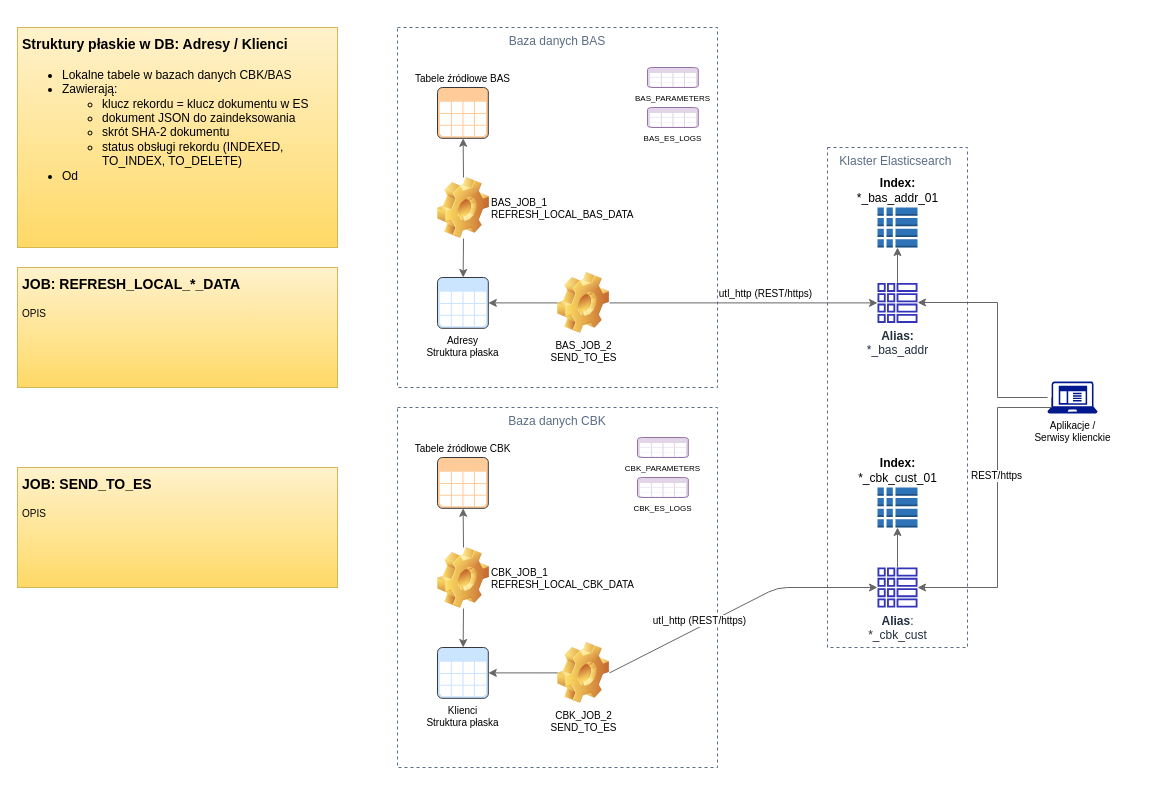
Earlier version of the draw.io diagram ES_w_BAS_i_CBK.drawio (akaliski/drawio). Source tidied: cells renumbered, new cells numbered last; positions are measured from the earlier drawing's top-left corner, leaving out a move shared by most shapes. Both pictures are drawn from the tidied source at 100%, with x=0, y=0 at pixel (17, 27).
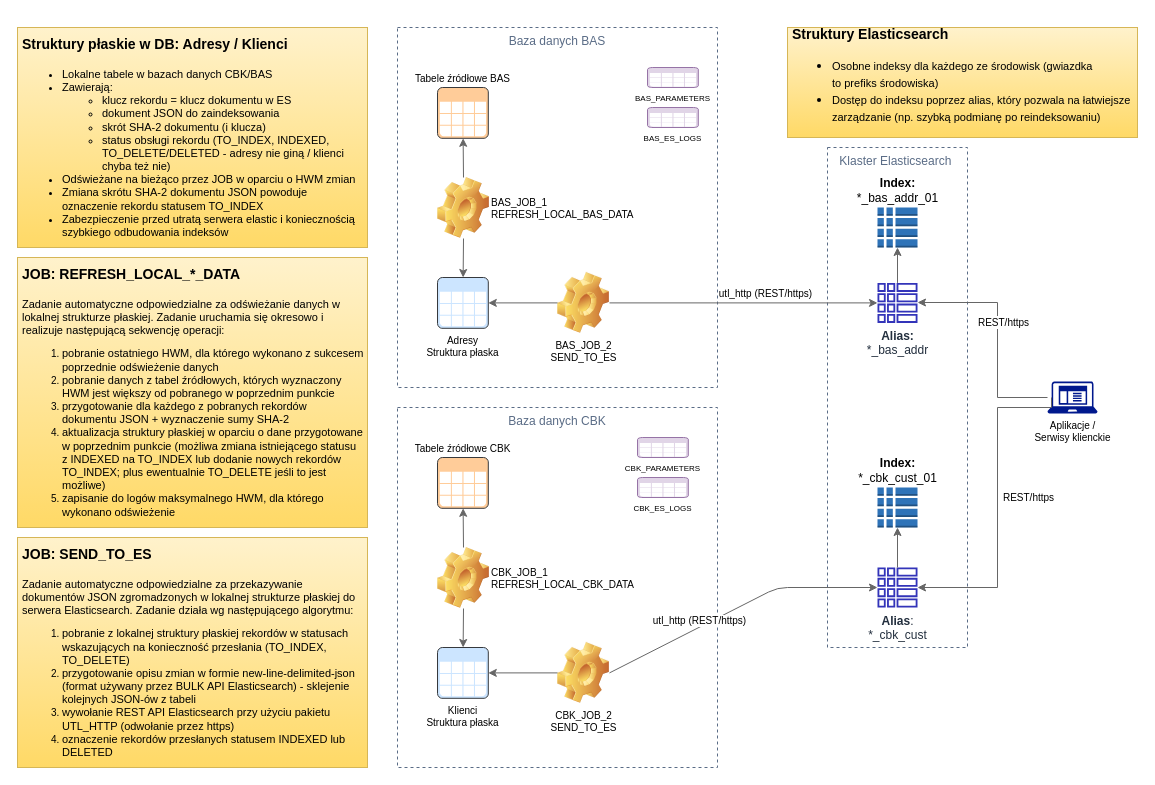
After the change.

The change refers to these unchanged cells:
```xml
<mxCell id="34" style="edgeStyle=orthogonalEdgeStyle;rounded=0;jettySize=auto;html=1;strokeColor=#666666;fontSize=10;fontColor=#000000;" parent="2" edge="1" source="35" target="24">
  <mxGeometry relative="1" as="geometry">
    <Array as="points">
      <mxPoint x="600" y="370" />
      <mxPoint x="600" y="275" />
    </Array>
  </mxGeometry>
</mxCell>
<mxCell id="36" style="edgeStyle=orthogonalEdgeStyle;rounded=0;jettySize=auto;html=1;strokeColor=#666666;fontSize=10;fontColor=#000000;exitX=0.08;exitY=0.5;exitDx=0;exitDy=0;exitPerimeter=0;" parent="2" edge="1" source="35" target="27">
  <mxGeometry relative="1" as="geometry">
    <Array as="points">
      <mxPoint x="654" y="380" />
      <mxPoint x="600" y="380" />
      <mxPoint x="600" y="560" />
    </Array>
  </mxGeometry>
</mxCell>
```

What changed in the source:
```diff
@@
-    <mxCell id="2" style="group;" parent="1" vertex="1">
-      <mxGeometry x="380" width="700" height="740" as="geometry" />
+    <mxCell id="2" style="group;spacingTop=0;" parent="1" vertex="1">
+      <mxGeometry x="380" width="740" height="740" as="geometry" />
     </mxCell>
@@
+    <mxCell id="41" value="&lt;span style=&quot;font-size: 10px&quot;&gt;REST/https&lt;/span&gt;" style="edgeLabel;html=1;align=center;verticalAlign=middle;" parent="34" vertex="1">
+      <mxGeometry x="-0.56" y="-26" relative="1" as="geometry">
+        <mxPoint x="4" y="-50" as="offset" />
+      </mxGeometry>
+    </mxCell>
@@
     <mxCell id="37" value="REST/https" style="edgeLabel;html=1;align=center;verticalAlign=middle;fontSize=10;fontColor=#000000;" parent="36" vertex="1">
-      <mxGeometry x="-0.19" y="-2" relative="1" as="geometry" />
+      <mxGeometry x="-0.19" y="-2" relative="1" as="geometry">
+        <mxPoint x="32" y="22" as="offset" />
+      </mxGeometry>
     </mxCell>
+    <mxCell id="42" value="&lt;h1 style=&quot;font-size: 14px&quot;&gt;&lt;font style=&quot;font-size: 14px&quot;&gt;Struktury Elasticsearch&lt;/font&gt;&lt;/h1&gt;&lt;h1 style=&quot;font-size: 14px&quot;&gt;&lt;ul&gt;&lt;li&gt;&lt;span style=&quot;font-weight: normal&quot;&gt;&lt;font style=&quot;font-size: 11px&quot;&gt;Osobne indeksy dla każdego ze środowisk (gwiazdka to&amp;nbsp;prefiks środowiska)&lt;/font&gt;&lt;/span&gt;&lt;/li&gt;&lt;li&gt;&lt;span style=&quot;font-weight: normal&quot;&gt;&lt;font style=&quot;font-size: 11px&quot;&gt;Dostęp do indeksu poprzez alias, który pozwala na łatwiejsze zarządzanie (np. szybką podmianę po reindeksowaniu)&lt;/font&gt;&lt;/span&gt;&lt;/li&gt;&lt;/ul&gt;&lt;/h1&gt;" style="text;html=1;strokeColor=#d6b656;fillColor=#fff2cc;spacing=5;spacingTop=-20;whiteSpace=wrap;overflow=hidden;rounded=0;fontSize=10;gradientColor=#ffd966;" parent="2" vertex="1">
+      <mxGeometry x="390" width="350" height="110" as="geometry" />
+    </mxCell>
-    <mxCell id="38" value="&lt;h1&gt;&lt;font style=&quot;font-size: 14px&quot;&gt;JOB: REFRESH_LOCAL_*_DATA&lt;/font&gt;&lt;/h1&gt;&lt;div&gt;OPIS&lt;/div&gt;&lt;p&gt;&lt;br&gt;&lt;/p&gt;" style="text;html=1;strokeColor=#d6b656;fillColor=#fff2cc;spacing=5;spacingTop=-20;whiteSpace=wrap;overflow=hidden;rounded=0;fontSize=10;gradientColor=#ffd966;" parent="1" vertex="1">
-      <mxGeometry y="240" width="320" height="120" as="geometry" />
+    <mxCell id="38" value="&lt;h1&gt;&lt;font style=&quot;font-size: 14px&quot;&gt;JOB: REFRESH_LOCAL_*_DATA&lt;/font&gt;&lt;/h1&gt;&lt;div style=&quot;font-size: 11px&quot;&gt;&lt;font style=&quot;font-size: 11px&quot;&gt;Zadanie automatyczne odpowiedzialne za odświeżanie danych w lokalnej strukturze płaskiej. Zadanie uruchamia się okresowo i realizuje następującą sekwencję operacji:&lt;/font&gt;&lt;/div&gt;&lt;div&gt;&lt;ol&gt;&lt;li&gt;&lt;span style=&quot;font-size: 11px&quot;&gt;pobranie ostatniego HWM, dla którego wykonano z sukcesem poprzednie odświeżenie danych&lt;/span&gt;&lt;/li&gt;&lt;li&gt;&lt;span style=&quot;font-size: 11px&quot;&gt;pobranie danych z tabel źródłowych, których wyznaczony HWM jest większy od pobranego w poprzednim punkcie&lt;/span&gt;&lt;/li&gt;&lt;li&gt;&lt;span style=&quot;font-size: 11px&quot;&gt;przygotowanie dla każdego z pobranych rekordów dokumentu JSON + wyznaczenie sumy SHA-2&lt;/span&gt;&lt;/li&gt;&lt;li&gt;&lt;span style=&quot;font-size: 11px&quot;&gt;aktualizacja struktury płaskiej w oparciu o dane przygotowane w poprzednim punkcie (możliwa zmiana istniejącego statusu z INDEXED na TO_INDEX lub dodanie nowych rekordów TO_INDEX; plus ewentualnie TO_DELETE jeśli to jest możliwe)&lt;/span&gt;&lt;/li&gt;&lt;li&gt;&lt;span style=&quot;font-size: 11px&quot;&gt;zapisanie do logów maksymalnego HWM, dla którego wykonano odświeżenie&lt;/span&gt;&lt;/li&gt;&lt;/ol&gt;&lt;/div&gt;&lt;p style=&quot;font-size: 11px&quot;&gt;&lt;br&gt;&lt;/p&gt;" style="text;html=1;strokeColor=#d6b656;fillColor=#fff2cc;spacing=5;spacingTop=-20;whiteSpace=wrap;overflow=hidden;rounded=0;fontSize=10;gradientColor=#ffd966;" parent="1" vertex="1">
+      <mxGeometry y="230" width="350" height="270" as="geometry" />
     </mxCell>
-    <mxCell id="39" value="&lt;h1&gt;&lt;font style=&quot;font-size: 14px&quot;&gt;Struktury płaskie w DB: Adresy / Klienci&lt;/font&gt;&lt;/h1&gt;&lt;h1 style=&quot;font-size: 12px&quot;&gt;&lt;ul&gt;&lt;li&gt;&lt;font style=&quot;font-size: 12px&quot;&gt;&lt;span style=&quot;font-weight: normal&quot;&gt;Lokalne tabele w bazach danych CBK/BAS&lt;/span&gt;&lt;br&gt;&lt;/font&gt;&lt;/li&gt;&lt;li&gt;&lt;span style=&quot;font-weight: normal&quot;&gt;&lt;font style=&quot;font-size: 12px&quot;&gt;Zawierają:&lt;/font&gt;&lt;/span&gt;&lt;/li&gt;&lt;ul&gt;&lt;li&gt;&lt;span style=&quot;font-weight: normal&quot;&gt;&lt;font style=&quot;font-size: 12px&quot;&gt;klucz rekordu = klucz dokumentu w ES&lt;/font&gt;&lt;/span&gt;&lt;/li&gt;&lt;li&gt;&lt;span style=&quot;font-weight: normal&quot;&gt;&lt;font style=&quot;font-size: 12px&quot;&gt;dokument JSON do zaindeksowania&lt;/font&gt;&lt;/span&gt;&lt;/li&gt;&lt;li&gt;&lt;span style=&quot;font-weight: normal&quot;&gt;&lt;font style=&quot;font-size: 12px&quot;&gt;skrót SHA-2 dokumentu&lt;/font&gt;&lt;/span&gt;&lt;/li&gt;&lt;li&gt;&lt;span style=&quot;font-weight: normal&quot;&gt;&lt;font style=&quot;font-size: 12px&quot;&gt;status obsługi rekordu (INDEXED, TO_INDEX, TO_DELETE)&lt;/font&gt;&lt;/span&gt;&lt;/li&gt;&lt;/ul&gt;&lt;li&gt;&lt;span style=&quot;font-weight: normal&quot;&gt;&lt;font style=&quot;font-size: 12px&quot;&gt;Od&lt;/font&gt;&lt;/span&gt;&lt;/li&gt;&lt;/ul&gt;&lt;/h1&gt;&lt;p style=&quot;font-size: 12px&quot;&gt;&lt;br&gt;&lt;/p&gt;" style="text;html=1;strokeColor=#d6b656;fillColor=#fff2cc;spacing=5;spacingTop=-20;whiteSpace=wrap;overflow=hidden;rounded=0;fontSize=10;gradientColor=#ffd966;" parent="1" vertex="1">
-      <mxGeometry width="320" height="220" as="geometry" />
+    <mxCell id="39" value="&lt;h1&gt;&lt;font style=&quot;font-size: 14px&quot;&gt;Struktury płaskie w DB: Adresy / Klienci&lt;/font&gt;&lt;/h1&gt;&lt;h1 style=&quot;font-size: 11px&quot;&gt;&lt;ul&gt;&lt;li&gt;&lt;font style=&quot;font-size: 11px&quot;&gt;&lt;span style=&quot;font-weight: normal&quot;&gt;Lokalne tabele w bazach danych CBK/BAS&lt;/span&gt;&lt;br&gt;&lt;/font&gt;&lt;/li&gt;&lt;li&gt;&lt;span style=&quot;font-weight: normal&quot;&gt;&lt;font style=&quot;font-size: 11px&quot;&gt;Zawierają:&lt;/font&gt;&lt;/span&gt;&lt;/li&gt;&lt;ul&gt;&lt;li&gt;&lt;span style=&quot;font-weight: normal&quot;&gt;&lt;font style=&quot;font-size: 11px&quot;&gt;klucz rekordu = klucz dokumentu w ES&lt;/font&gt;&lt;/span&gt;&lt;/li&gt;&lt;li&gt;&lt;span style=&quot;font-weight: normal&quot;&gt;&lt;font style=&quot;font-size: 11px&quot;&gt;dokument JSON do zaindeksowania&lt;/font&gt;&lt;/span&gt;&lt;/li&gt;&lt;li&gt;&lt;span style=&quot;font-weight: normal&quot;&gt;&lt;font style=&quot;font-size: 11px&quot;&gt;skrót SHA-2 dokumentu (i klucza)&lt;/font&gt;&lt;/span&gt;&lt;/li&gt;&lt;li&gt;&lt;span style=&quot;font-weight: normal&quot;&gt;&lt;font style=&quot;font-size: 11px&quot;&gt;status obsługi rekordu (TO_INDEX,&amp;nbsp;INDEXED, TO_DELETE/DELETED - adresy nie giną / klienci chyba też nie)&lt;/font&gt;&lt;/span&gt;&lt;/li&gt;&lt;/ul&gt;&lt;li&gt;&lt;span style=&quot;font-weight: normal&quot;&gt;&lt;font style=&quot;font-size: 11px&quot;&gt;Odświeżane na bieżąco przez JOB w oparciu o HWM zmian&lt;/font&gt;&lt;/span&gt;&lt;/li&gt;&lt;li&gt;&lt;span style=&quot;font-weight: normal&quot;&gt;&lt;font style=&quot;font-size: 11px&quot;&gt;Zmiana skrótu SHA-2 dokumentu JSON powoduje oznaczenie rekordu statusem TO_INDEX&lt;/font&gt;&lt;/span&gt;&lt;/li&gt;&lt;li&gt;&lt;span style=&quot;font-weight: normal&quot;&gt;&lt;font style=&quot;font-size: 11px&quot;&gt;Zabezpieczenie przed utratą serwera elastic i koniecznością szybkiego odbudowania indeksów&lt;/font&gt;&lt;/span&gt;&lt;/li&gt;&lt;/ul&gt;&lt;/h1&gt;" style="text;html=1;strokeColor=#d6b656;fillColor=#fff2cc;spacing=5;spacingTop=-20;whiteSpace=wrap;overflow=hidden;rounded=0;fontSize=10;gradientColor=#ffd966;" parent="1" vertex="1">
+      <mxGeometry width="350" height="220" as="geometry" />
     </mxCell>
-    <mxCell id="40" value="&lt;h1&gt;&lt;font style=&quot;font-size: 14px&quot;&gt;JOB: SEND_TO_ES&lt;/font&gt;&lt;/h1&gt;&lt;div&gt;OPIS&lt;/div&gt;&lt;p&gt;&lt;br&gt;&lt;/p&gt;" style="text;html=1;strokeColor=#d6b656;fillColor=#fff2cc;spacing=5;spacingTop=-20;whiteSpace=wrap;overflow=hidden;rounded=0;fontSize=10;gradientColor=#ffd966;" parent="1" vertex="1">
-      <mxGeometry y="440" width="320" height="120" as="geometry" />
+    <mxCell id="40" value="&lt;h1&gt;&lt;font style=&quot;font-size: 14px&quot;&gt;JOB: SEND_TO_ES&lt;/font&gt;&lt;/h1&gt;&lt;div style=&quot;font-size: 11px&quot;&gt;&lt;font style=&quot;font-size: 11px&quot;&gt;Zadanie automatyczne odpowiedzialne za przekazywanie dokumentów JSON zgromadzonych w lokalnej strukturze płaskiej do serwera Elasticsearch. Zadanie działa wg następującego algorytmu:&lt;/font&gt;&lt;/div&gt;&lt;div&gt;&lt;ol&gt;&lt;li&gt;&lt;span style=&quot;font-size: 11px&quot;&gt;pobranie z lokalnej struktury płaskiej rekordów w statusach wskazujących na konieczność przesłania (TO_INDEX, TO_DELETE)&lt;/span&gt;&lt;/li&gt;&lt;li&gt;&lt;span style=&quot;font-size: 11px&quot;&gt;przygotowanie opisu zmian w formie new-line-delimited-json (format używany przez BULK API&amp;nbsp;Elasticsearch) - sklejenie kolejnych JSON-ów z tabeli&lt;/span&gt;&lt;/li&gt;&lt;li&gt;&lt;span style=&quot;font-size: 11px&quot;&gt;wywołanie REST API&amp;nbsp;Elasticsearch przy użyciu pakietu UTL_HTTP (odwołanie przez https)&lt;/span&gt;&lt;/li&gt;&lt;li&gt;&lt;span style=&quot;font-size: 11px&quot;&gt;oznaczenie rekordów przesłanych statusem INDEXED lub DELETED&lt;/span&gt;&lt;/li&gt;&lt;/ol&gt;&lt;div&gt;&lt;span style=&quot;font-size: 11px&quot;&gt;&lt;br&gt;&lt;/span&gt;&lt;/div&gt;&lt;/div&gt;&lt;p style=&quot;font-size: 11px&quot;&gt;&lt;br&gt;&lt;/p&gt;" style="text;html=1;strokeColor=#d6b656;fillColor=#fff2cc;spacing=5;spacingTop=-20;whiteSpace=wrap;overflow=hidden;rounded=0;fontSize=10;gradientColor=#ffd966;" parent="1" vertex="1">
+      <mxGeometry y="510" width="350" height="230" as="geometry" />
     </mxCell>
```
